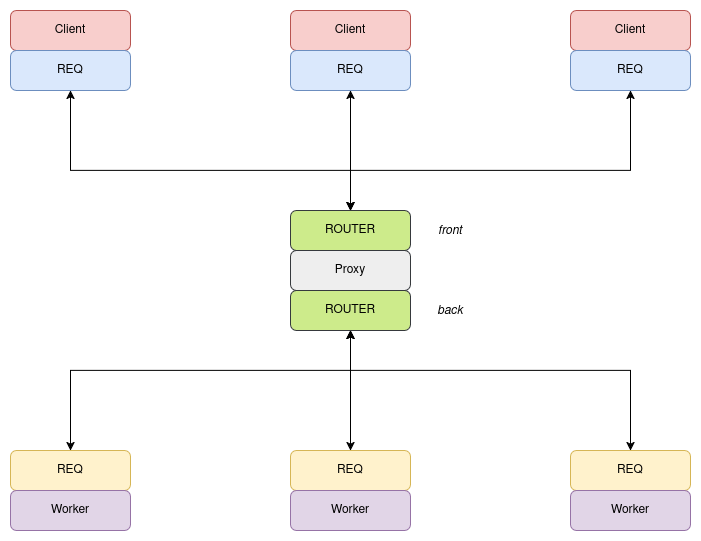
Above: docs/assets/load_balancing_broker.drawio.png in da0p/GithubPage (draw.io), before the change. Source tidied: cells renumbered, new cells last; positions are measured from the earlier drawing's top-left corner, leaving out a move shared by most shapes.
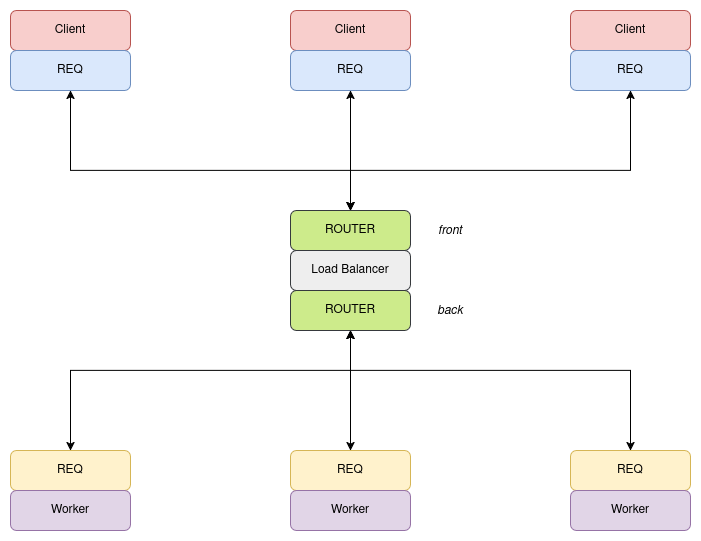
Above is the later version.

Diff of the diagram source:
```diff
@@ -23,7 +23,7 @@
     <mxCell id="8" value="ROUTER" style="rounded=1;whiteSpace=wrap;html=1;fillColor=#cdeb8b;strokeColor=#36393d;" parent="1" vertex="1">
       <mxGeometry x="280" y="200" width="120" height="40" as="geometry" />
     </mxCell>
-    <mxCell id="9" value="Proxy" style="rounded=1;whiteSpace=wrap;html=1;fillColor=#eeeeee;strokeColor=#36393d;" parent="1" vertex="1">
+    <mxCell id="9" value="Load Balancer" style="rounded=1;whiteSpace=wrap;html=1;fillColor=#eeeeee;strokeColor=#36393d;" parent="1" vertex="1">
       <mxGeometry x="280" y="240" width="120" height="40" as="geometry" />
     </mxCell>
     <mxCell id="10" value="ROUTER" style="rounded=1;whiteSpace=wrap;html=1;fillColor=#cdeb8b;strokeColor=#36393d;" parent="1" vertex="1">
```
